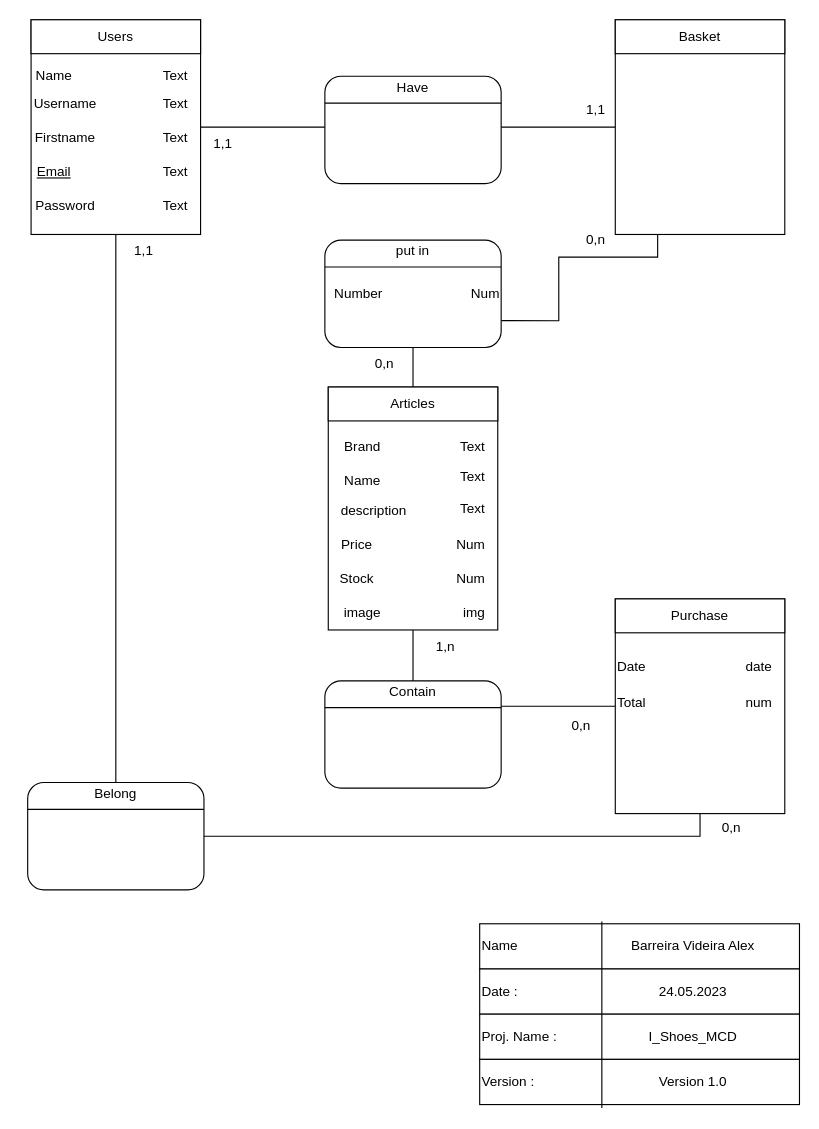
Earlier version of the draw.io diagram doc/MCD-MLD/MCD.drawio (romain-lnr/I_Shoes_BDD). Source tidied: cells renumbered, new cells numbered last; positions are measured from the earlier drawing's top-left corner, leaving out a move shared by most shapes. Both pictures are drawn from the tidied source at 113%, with x=0, y=0 at pixel (19, 19).
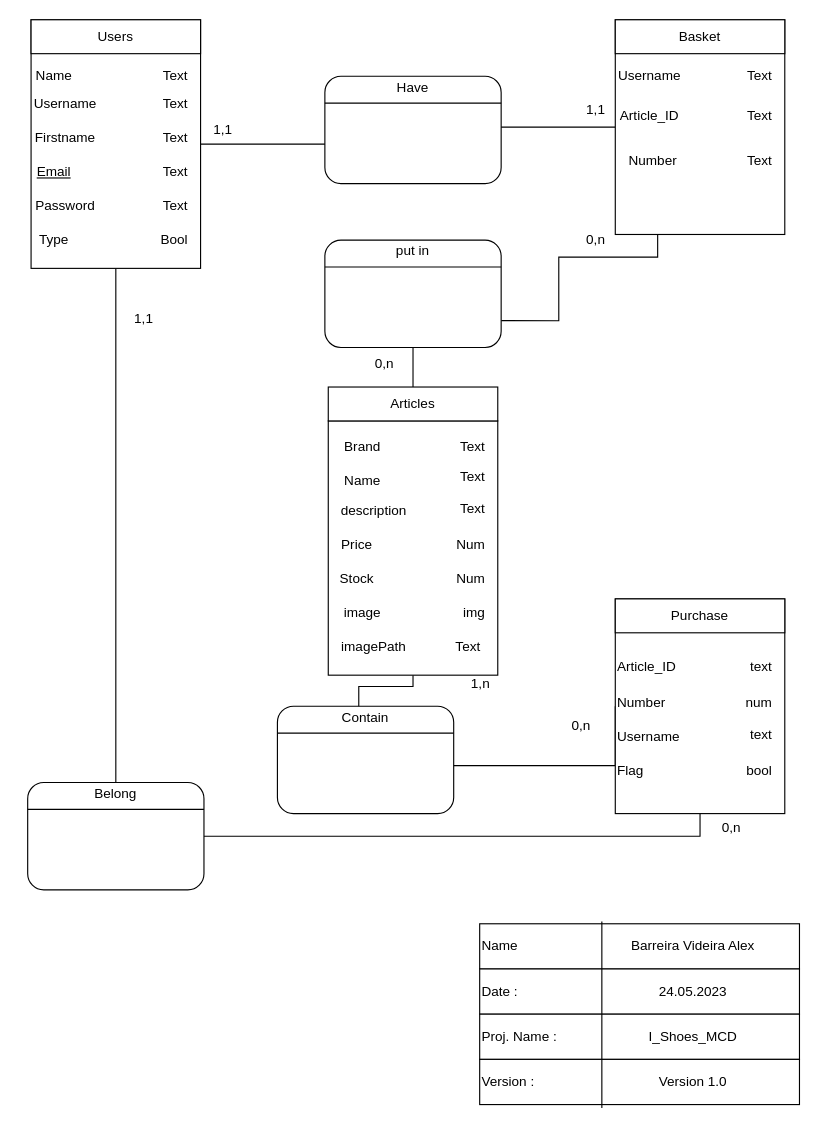
The same page after the edit.

Unchanged cells that the change refers to:
```xml
<mxCell id="54" style="rounded=0;whiteSpace=wrap;html=1;" parent="1" vertex="1">
  <mxGeometry x="527" y="512.5" width="150" height="190" as="geometry" />
</mxCell>
```

What changed in the source:
```diff
@@
     <mxCell id="4" style="rounded=0;whiteSpace=wrap;html=1;" parent="1" vertex="1">
-      <mxGeometry x="10" width="150" height="190" as="geometry" />
+      <mxGeometry x="10" width="150" height="220" as="geometry" />
     </mxCell>
@@
     <mxCell id="16" style="edgeStyle=orthogonalEdgeStyle;rounded=0;jettySize=auto;html=1;exitX=0.5;exitY=1;exitDx=0;exitDy=0;entryX=0;entryY=0.5;entryDx=0;entryDy=0;endArrow=none;endFill=0;" parent="1" edge="1" source="17" target="54">
-      <mxGeometry relative="1" as="geometry" />
+      <mxGeometry relative="1" as="geometry">
+        <Array as="points">
+          <mxPoint x="348" y="590" />
+          <mxPoint x="300" y="590" />
+          <mxPoint x="300" y="660" />
+          <mxPoint x="527" y="660" />
+        </Array>
+      </mxGeometry>
     </mxCell>
     <mxCell id="17" style="rounded=0;whiteSpace=wrap;html=1;" parent="1" vertex="1">
-      <mxGeometry x="273" y="325" width="150" height="215" as="geometry" />
+      <mxGeometry x="273" y="355" width="150" height="225" as="geometry" />
     </mxCell>
@@
     <mxCell id="40" value="1,1" style="text;html=1;strokeColor=none;fillColor=none;align=center;verticalAlign=middle;whiteSpace=wrap;rounded=0;" parent="1" vertex="1">
-      <mxGeometry x="150" y="95" width="60" height="30" as="geometry" />
+      <mxGeometry x="150" y="82.5" width="60" height="30" as="geometry" />
     </mxCell>
@@
-    <mxCell id="52" value="Number" style="text;html=1;strokeColor=none;fillColor=none;align=center;verticalAlign=middle;whiteSpace=wrap;rounded=0;" parent="1" vertex="1">
-      <mxGeometry x="270" y="227.5" width="60" height="30" as="geometry" />
-    </mxCell>
-    <mxCell id="53" value="Num" style="text;html=1;align=right;verticalAlign=middle;strokeColor=none;fillColor=none;" parent="1" vertex="1">
-      <mxGeometry x="376" y="227.5" width="50" height="30" as="geometry" />
-    </mxCell>
@@
-    <mxCell id="56" value="date" style="text;html=1;align=right;verticalAlign=middle;strokeColor=none;fillColor=none;" parent="1" vertex="1">
-      <mxGeometry x="617" y="557.5" width="50" height="30" as="geometry" />
+    <mxCell id="56" value="text" style="text;html=1;align=right;verticalAlign=middle;strokeColor=none;fillColor=none;" parent="1" vertex="1">
+      <mxGeometry x="627" y="557.5" width="40" height="30" as="geometry" />
     </mxCell>
-    <mxCell id="57" value="Date" style="text;html=1;align=left;verticalAlign=middle;strokeColor=none;fillColor=none;" parent="1" vertex="1">
-      <mxGeometry x="527" y="557.5" width="50" height="30" as="geometry" />
+    <mxCell id="57" value="Article_ID" style="text;html=1;align=left;verticalAlign=middle;strokeColor=none;fillColor=none;" parent="1" vertex="1">
+      <mxGeometry x="527" y="557.5" width="80" height="30" as="geometry" />
     </mxCell>
-    <mxCell id="58" value="Total" style="text;html=1;align=left;verticalAlign=middle;strokeColor=none;fillColor=none;" parent="1" vertex="1">
-      <mxGeometry x="527" y="590" width="50" height="30" as="geometry" />
+    <mxCell id="58" value="Number" style="text;html=1;align=left;verticalAlign=middle;strokeColor=none;fillColor=none;" parent="1" vertex="1">
+      <mxGeometry x="527" y="590" width="70" height="30" as="geometry" />
     </mxCell>
@@
     <mxCell id="60" style="rounded=1;whiteSpace=wrap;html=1;direction=east;" parent="1" vertex="1">
-      <mxGeometry x="270" y="585" width="156" height="95" as="geometry" />
+      <mxGeometry x="228" y="607.5" width="156" height="95" as="geometry" />
     </mxCell>
@@
     <mxCell id="62" value="Contain" style="text;html=1;strokeColor=none;fillColor=none;align=center;verticalAlign=middle;whiteSpace=wrap;rounded=0;" parent="1" vertex="1">
-      <mxGeometry x="318" y="580" width="60" height="30" as="geometry" />
+      <mxGeometry x="276" y="602.5" width="60" height="30" as="geometry" />
     </mxCell>
@@
     <mxCell id="66" value="1,n" style="text;html=1;strokeColor=none;fillColor=none;align=center;verticalAlign=middle;whiteSpace=wrap;rounded=0;" parent="1" vertex="1">
-      <mxGeometry x="347" y="540" width="60" height="30" as="geometry" />
+      <mxGeometry x="378" y="572.5" width="60" height="30" as="geometry" />
     </mxCell>
@@
     <mxCell id="68" value="1,1" style="text;html=1;strokeColor=none;fillColor=none;align=center;verticalAlign=middle;whiteSpace=wrap;rounded=0;" parent="1" vertex="1">
-      <mxGeometry x="80" y="190" width="60" height="30" as="geometry" />
+      <mxGeometry x="80" y="250" width="60" height="30" as="geometry" />
     </mxCell>
@@
+    <mxCell id="72" value="Username" style="text;html=1;align=center;verticalAlign=middle;strokeColor=none;fillColor=none;" parent="1" vertex="1">
+      <mxGeometry x="517" y="35" width="80" height="30" as="geometry" />
+    </mxCell>
+    <mxCell id="73" value="Text" style="text;html=1;align=right;verticalAlign=middle;strokeColor=none;fillColor=none;" parent="1" vertex="1">
+      <mxGeometry x="617" y="35" width="50" height="30" as="geometry" />
+    </mxCell>
+    <mxCell id="74" value="Article_ID" style="text;html=1;align=center;verticalAlign=middle;strokeColor=none;fillColor=none;" parent="1" vertex="1">
+      <mxGeometry x="517" y="70" width="80" height="30" as="geometry" />
+    </mxCell>
+    <mxCell id="75" value="Text" style="text;html=1;align=right;verticalAlign=middle;strokeColor=none;fillColor=none;" parent="1" vertex="1">
+      <mxGeometry x="617" y="70" width="50" height="30" as="geometry" />
+    </mxCell>
+    <mxCell id="52" value="Number" style="text;html=1;align=center;verticalAlign=middle;strokeColor=none;fillColor=none;" parent="1" vertex="1">
+      <mxGeometry x="525" y="110" width="70" height="30" as="geometry" />
+    </mxCell>
+    <mxCell id="76" value="Text" style="text;html=1;align=right;verticalAlign=middle;strokeColor=none;fillColor=none;" parent="1" vertex="1">
+      <mxGeometry x="617" y="110" width="50" height="30" as="geometry" />
+    </mxCell>
+    <mxCell id="77" value="Username" style="text;html=1;align=left;verticalAlign=middle;strokeColor=none;fillColor=none;" parent="1" vertex="1">
+      <mxGeometry x="527" y="620" width="80" height="30" as="geometry" />
+    </mxCell>
+    <mxCell id="78" value="text" style="text;html=1;align=right;verticalAlign=middle;strokeColor=none;fillColor=none;" parent="1" vertex="1">
+      <mxGeometry x="627" y="617.5" width="40" height="30" as="geometry" />
+    </mxCell>
+    <mxCell id="79" value="Flag" style="text;html=1;align=left;verticalAlign=middle;strokeColor=none;fillColor=none;" parent="1" vertex="1">
+      <mxGeometry x="527" y="650" width="50" height="30" as="geometry" />
+    </mxCell>
+    <mxCell id="80" value="bool" style="text;html=1;align=right;verticalAlign=middle;strokeColor=none;fillColor=none;" parent="1" vertex="1">
+      <mxGeometry x="617" y="650" width="50" height="30" as="geometry" />
+    </mxCell>
+    <mxCell id="81" value="imagePath" style="text;html=1;align=center;verticalAlign=middle;strokeColor=none;fillColor=none;" parent="1" vertex="1">
+      <mxGeometry x="273" y="540" width="80" height="30" as="geometry" />
+    </mxCell>
+    <mxCell id="82" value="Text" style="text;html=1;align=right;verticalAlign=middle;strokeColor=none;fillColor=none;" parent="1" vertex="1">
+      <mxGeometry x="359" y="540" width="50" height="30" as="geometry" />
+    </mxCell>
+    <mxCell id="83" value="Type" style="text;html=1;align=center;verticalAlign=middle;strokeColor=none;fillColor=none;" parent="1" vertex="1">
+      <mxGeometry x="5" y="180" width="50" height="30" as="geometry" />
+    </mxCell>
+    <mxCell id="84" value="Bool" style="text;html=1;align=right;verticalAlign=middle;strokeColor=none;fillColor=none;" parent="1" vertex="1">
+      <mxGeometry x="100" y="180" width="50" height="30" as="geometry" />
+    </mxCell>
```
